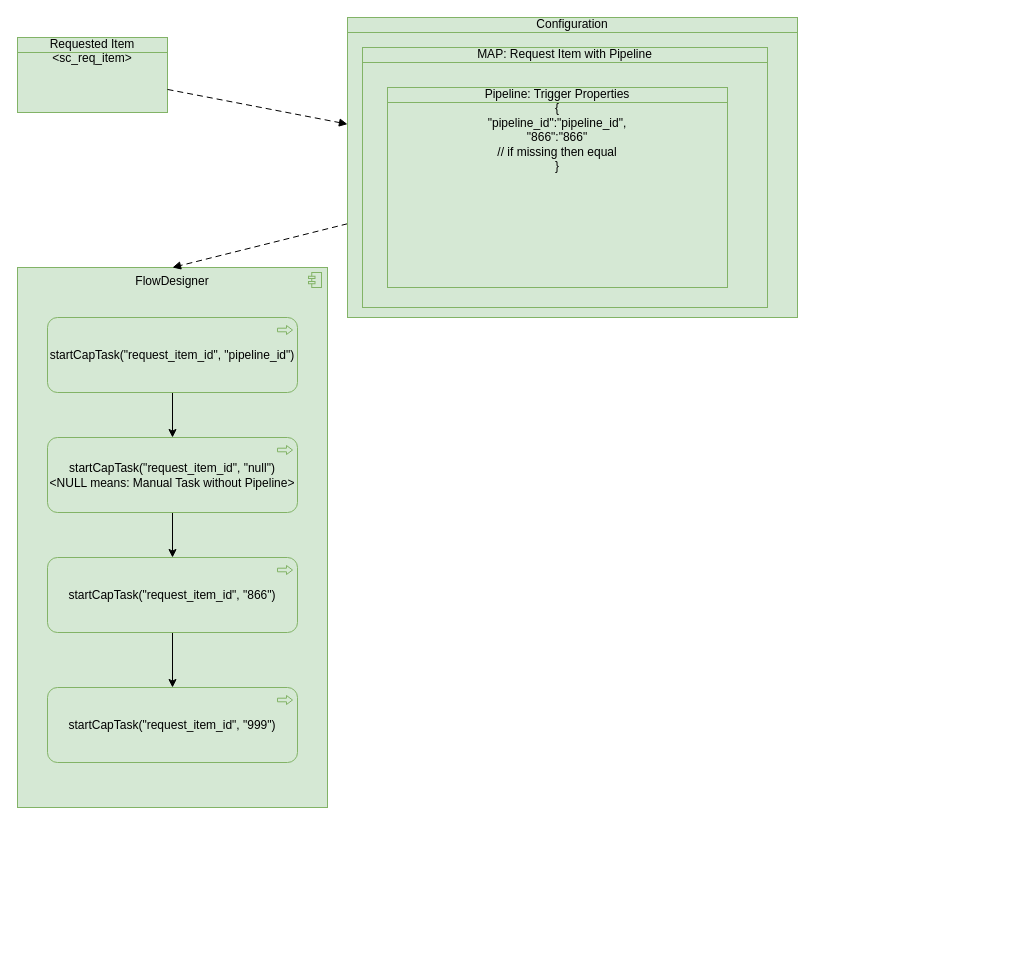
Before: aldiCap.drawio in algimas/tmp, a draw.io diagram. Source tidied: cells renumbered, new cells numbered last; positions are measured from the earlier drawing's top-left corner, leaving out a move shared by most shapes. Both pictures are drawn from the tidied source at 100%, with x=0, y=0 at pixel (17, 17).
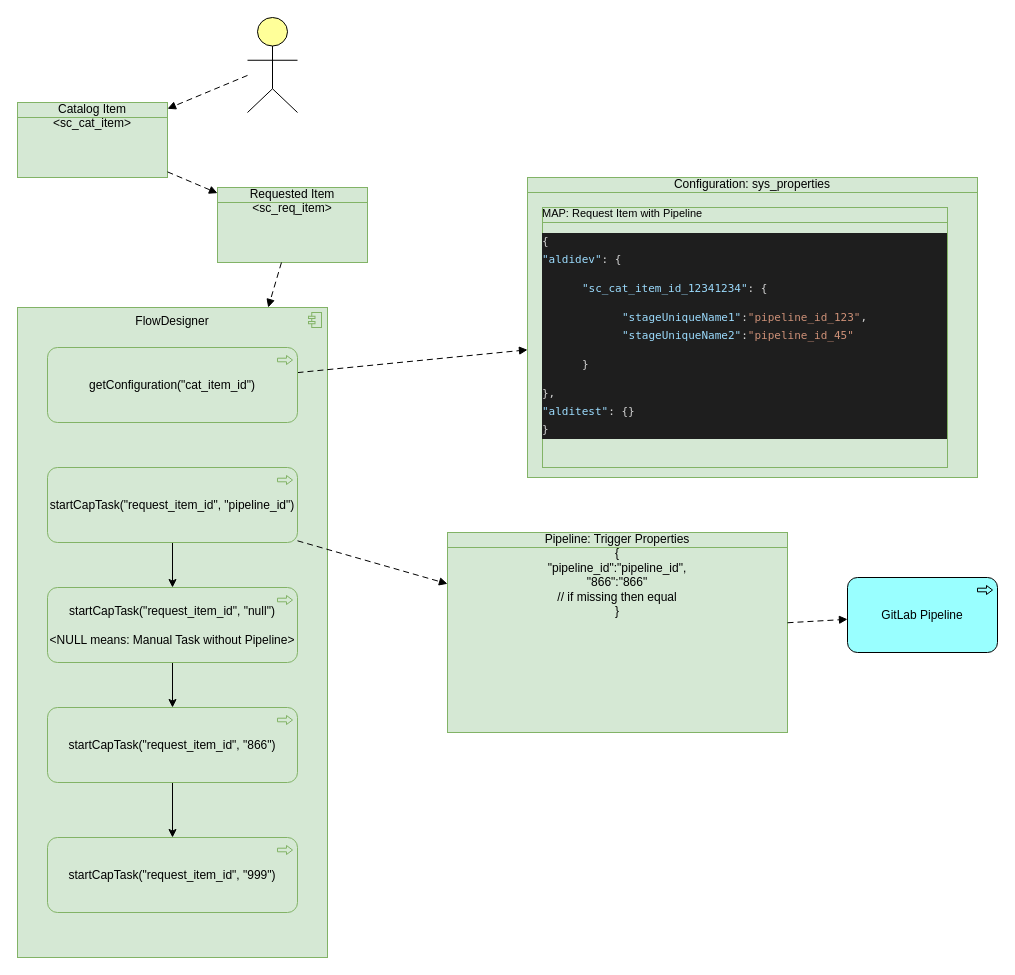
The same diagram, later.

Change to the diagram source:
```diff
@@
     <mxCell id="2" value="FlowDesigner" style="html=1;outlineConnect=0;whiteSpace=wrap;fillColor=#d5e8d4;shape=mxgraph.archimate3.application;appType=comp;archiType=square;verticalAlign=top;strokeColor=#82b366;" parent="1" vertex="1">
-      <mxGeometry y="250" width="310" height="540" as="geometry" />
+      <mxGeometry y="290" width="310" height="650" as="geometry" />
     </mxCell>
     <mxCell id="3" value="Requested Item &amp;lt;sc_req_item&amp;gt;" style="html=1;outlineConnect=0;whiteSpace=wrap;fillColor=#d5e8d4;shape=mxgraph.archimate3.businessObject;overflow=fill;strokeColor=#82b366;" parent="1" vertex="1">
-      <mxGeometry y="20" width="150" height="75" as="geometry" />
+      <mxGeometry x="200" y="170" width="150" height="75" as="geometry" />
     </mxCell>
-    <mxCell id="4" style="html=1;endArrow=block;dashed=1;elbow=vertical;endFill=1;dashPattern=6 4;rounded=0;" parent="1" edge="1" source="3" target="6">
+    <mxCell id="4" style="html=1;endArrow=block;dashed=1;elbow=vertical;endFill=1;dashPattern=6 4;rounded=0;" parent="1" edge="1" source="3" target="2">
       <mxGeometry relative="1" as="geometry" />
     </mxCell>
-    <mxCell id="5" style="html=1;endArrow=block;dashed=1;elbow=vertical;endFill=1;dashPattern=6 4;rounded=0;entryX=0.5;entryY=0;entryDx=0;entryDy=0;entryPerimeter=0;" parent="1" edge="1" source="6" target="2">
+    <mxCell id="5" style="html=1;endArrow=block;dashed=1;elbow=vertical;endFill=1;dashPattern=6 4;rounded=0;" parent="1" edge="1" source="20" target="6">
       <mxGeometry relative="1" as="geometry" />
     </mxCell>
-    <mxCell id="6" value="Configuration" style="html=1;outlineConnect=0;whiteSpace=wrap;fillColor=#d5e8d4;shape=mxgraph.archimate3.businessObject;overflow=fill;strokeColor=#82b366;" parent="1" vertex="1">
-      <mxGeometry x="330" width="450" height="300" as="geometry" />
+    <mxCell id="6" value="Configuration: sys_properties" style="html=1;outlineConnect=0;whiteSpace=wrap;fillColor=#d5e8d4;shape=mxgraph.archimate3.businessObject;overflow=fill;strokeColor=#82b366;" parent="1" vertex="1">
+      <mxGeometry x="510" y="160" width="450" height="300" as="geometry" />
     </mxCell>
-    <mxCell id="7" value="&lt;div&gt;MAP: Request Item with Pipeline&lt;br&gt;&lt;/div&gt;" style="html=1;whiteSpace=wrap;fillColor=#d5e8d4;shape=mxgraph.archimate3.businessObject;overflow=fill;strokeColor=#82b366;" parent="1" vertex="1">
-      <mxGeometry x="345" y="30" width="405" height="260" as="geometry" />
+    <mxCell id="7" value="&lt;div style=&quot;font-size: 11px&quot;&gt;&lt;font style=&quot;font-size: 11px&quot;&gt;MAP: Request Item with Pipeline&lt;br&gt;&lt;/font&gt;&lt;/div&gt;&lt;div style=&quot;font-size: 11px&quot;&gt;&lt;font style=&quot;font-size: 11px&quot;&gt;&lt;br&gt;&lt;/font&gt;&lt;/div&gt;&lt;div style=&quot;color: rgb(212 , 212 , 212) ; background-color: rgb(30 , 30 , 30) ; font-family: &amp;#34;menlo&amp;#34; , &amp;#34;monaco&amp;#34; , &amp;#34;courier new&amp;#34; , monospace ; font-weight: normal ; font-size: 11px ; line-height: 18px&quot;&gt;&lt;div&gt;&lt;font style=&quot;font-size: 11px&quot;&gt;&lt;span style=&quot;color: #d4d4d4&quot;&gt;{&lt;/span&gt;&lt;/font&gt;&lt;/div&gt;&lt;div&gt;&lt;font style=&quot;font-size: 11px&quot;&gt;&lt;span style=&quot;color: #d4d4d4&quot;&gt;    &lt;/span&gt;&lt;span style=&quot;color: #9cdcfe&quot;&gt;&quot;aldidev&quot;&lt;/span&gt;&lt;span style=&quot;color: #d4d4d4&quot;&gt;: {&lt;/span&gt;&lt;/font&gt;&lt;/div&gt;&lt;blockquote&gt;&lt;div&gt;&lt;font style=&quot;font-size: 11px&quot;&gt;&lt;span style=&quot;color: #d4d4d4&quot;&gt;        &lt;/span&gt;&lt;span style=&quot;color: #9cdcfe&quot;&gt;&quot;sc_cat_item_id_12341234&quot;&lt;/span&gt;&lt;span style=&quot;color: #d4d4d4&quot;&gt;: {&lt;/span&gt;&lt;/font&gt;&lt;/div&gt;&lt;blockquote&gt;&lt;div&gt;&lt;font style=&quot;font-size: 11px&quot;&gt;&lt;span style=&quot;color: #d4d4d4&quot;&gt;            &lt;/span&gt;&lt;span style=&quot;color: #9cdcfe&quot;&gt;&quot;stageUniqueName1&quot;&lt;/span&gt;&lt;span style=&quot;color: #d4d4d4&quot;&gt;:&lt;/span&gt;&lt;span style=&quot;color: #ce9178&quot;&gt;&quot;pipeline_id_123&quot;&lt;/span&gt;&lt;span style=&quot;color: #d4d4d4&quot;&gt;,&lt;/span&gt;&lt;/font&gt;&lt;/div&gt;&lt;div&gt;&lt;font style=&quot;font-size: 11px&quot;&gt;&lt;span style=&quot;color: #d4d4d4&quot;&gt;            &lt;/span&gt;&lt;span style=&quot;color: #9cdcfe&quot;&gt;&quot;stageUniqueName2&quot;&lt;/span&gt;&lt;span style=&quot;color: #d4d4d4&quot;&gt;:&lt;/span&gt;&lt;span style=&quot;color: #ce9178&quot;&gt;&quot;pipeline_id_45&quot;&lt;/span&gt;&lt;/font&gt;&lt;/div&gt;&lt;/blockquote&gt;&lt;div&gt;&lt;font style=&quot;font-size: 11px&quot;&gt;&lt;span style=&quot;color: #d4d4d4&quot;&gt;        }&lt;/span&gt;&lt;/font&gt;&lt;/div&gt;&lt;/blockquote&gt;&lt;div&gt;&lt;font style=&quot;font-size: 11px&quot;&gt;&lt;span style=&quot;color: #d4d4d4&quot;&gt;    },&lt;/span&gt;&lt;/font&gt;&lt;/div&gt;&lt;div&gt;&lt;font style=&quot;font-size: 11px&quot;&gt;&lt;span style=&quot;color: #d4d4d4&quot;&gt;    &lt;/span&gt;&lt;span style=&quot;color: #9cdcfe&quot;&gt;&quot;alditest&quot;&lt;/span&gt;&lt;span style=&quot;color: #d4d4d4&quot;&gt;: {}&lt;/span&gt;&lt;/font&gt;&lt;/div&gt;&lt;div&gt;&lt;font style=&quot;font-size: 11px&quot;&gt;&lt;span style=&quot;color: #d4d4d4&quot;&gt;}&lt;/span&gt;&lt;/font&gt;&lt;/div&gt;&lt;/div&gt;" style="html=1;fillColor=#d5e8d4;shape=mxgraph.archimate3.businessObject;overflow=fill;strokeColor=#82b366;whiteSpace=wrap;align=left;" parent="1" vertex="1">
+      <mxGeometry x="525" y="190" width="405" height="260" as="geometry" />
     </mxCell>
     <mxCell id="8" value="&lt;div&gt;Pipeline: Trigger Properties &lt;br&gt;&lt;/div&gt;&lt;div&gt;{ &lt;br&gt;&lt;/div&gt;&lt;div&gt;&quot;pipeline_id&quot;:&quot;pipeline_id&quot;,&lt;br&gt;&lt;/div&gt;&lt;div&gt;&quot;866&quot;:&quot;866&quot;&lt;/div&gt;&lt;div&gt;// if missing then equal&lt;br&gt;&lt;/div&gt;&lt;div&gt;}&lt;br&gt;&lt;/div&gt;" style="html=1;outlineConnect=0;whiteSpace=wrap;fillColor=#d5e8d4;shape=mxgraph.archimate3.businessObject;overflow=fill;strokeColor=#82b366;" parent="1" vertex="1">
-      <mxGeometry x="370" y="70" width="340" height="200" as="geometry" />
+      <mxGeometry x="430" y="515" width="340" height="200" as="geometry" />
     </mxCell>
@@
     <mxCell id="10" value="startCapTask(&quot;request_item_id&quot;, &quot;pipeline_id&quot;)" style="html=1;outlineConnect=0;whiteSpace=wrap;fillColor=#d5e8d4;shape=mxgraph.archimate3.application;appType=proc;archiType=rounded;strokeColor=#82b366;" parent="1" vertex="1">
-      <mxGeometry x="30" y="300" width="250" height="75" as="geometry" />
+      <mxGeometry x="30" y="450" width="250" height="75" as="geometry" />
     </mxCell>
@@
-    <mxCell id="12" value="&lt;div&gt;startCapTask(&quot;request_item_id&quot;, &quot;null&quot;)&lt;/div&gt;&lt;div&gt;&amp;lt;NULL means: Manual Task without Pipeline&amp;gt;&lt;br&gt;&lt;/div&gt;" style="html=1;outlineConnect=0;whiteSpace=wrap;fillColor=#d5e8d4;shape=mxgraph.archimate3.application;appType=proc;archiType=rounded;strokeColor=#82b366;" parent="1" vertex="1">
-      <mxGeometry x="30" y="420" width="250" height="75" as="geometry" />
+    <mxCell id="12" value="&lt;div&gt;startCapTask(&quot;request_item_id&quot;, &quot;null&quot;)&lt;/div&gt;&lt;div&gt;&lt;br&gt;&lt;/div&gt;&lt;div&gt;&amp;lt;NULL means: Manual Task without Pipeline&amp;gt;&lt;br&gt;&lt;/div&gt;" style="html=1;outlineConnect=0;whiteSpace=wrap;fillColor=#d5e8d4;shape=mxgraph.archimate3.application;appType=proc;archiType=rounded;strokeColor=#82b366;" parent="1" vertex="1">
+      <mxGeometry x="30" y="570" width="250" height="75" as="geometry" />
     </mxCell>
@@
     <mxCell id="14" value="startCapTask(&quot;request_item_id&quot;, &quot;866&quot;)" style="html=1;outlineConnect=0;whiteSpace=wrap;fillColor=#d5e8d4;shape=mxgraph.archimate3.application;appType=proc;archiType=rounded;strokeColor=#82b366;" parent="1" vertex="1">
-      <mxGeometry x="30" y="540" width="250" height="75" as="geometry" />
+      <mxGeometry x="30" y="690" width="250" height="75" as="geometry" />
     </mxCell>
     <mxCell id="15" value="startCapTask(&quot;request_item_id&quot;, &quot;999&quot;)" style="html=1;outlineConnect=0;whiteSpace=wrap;fillColor=#d5e8d4;shape=mxgraph.archimate3.application;appType=proc;archiType=rounded;strokeColor=#82b366;" parent="1" vertex="1">
-      <mxGeometry x="30" y="670" width="250" height="75" as="geometry" />
+      <mxGeometry x="30" y="820" width="250" height="75" as="geometry" />
     </mxCell>
+    <mxCell id="16" value="&lt;div&gt;Catalog Item &lt;br&gt;&lt;/div&gt;&lt;div&gt;&amp;lt;sc_cat_item&amp;gt;&lt;/div&gt;" style="html=1;outlineConnect=0;whiteSpace=wrap;fillColor=#d5e8d4;shape=mxgraph.archimate3.businessObject;overflow=fill;strokeColor=#82b366;" parent="1" vertex="1">
+      <mxGeometry y="85" width="150" height="75" as="geometry" />
+    </mxCell>
+    <mxCell id="17" style="html=1;outlineConnect=0;whiteSpace=wrap;fillColor=#ffff99;verticalLabelPosition=bottom;verticalAlign=top;align=center;shape=mxgraph.archimate3.actor;" parent="1" vertex="1">
+      <mxGeometry x="230" width="50" height="95" as="geometry" />
+    </mxCell>
+    <mxCell id="18" style="html=1;endArrow=block;dashed=1;elbow=vertical;endFill=1;dashPattern=6 4;rounded=0;" parent="1" edge="1" source="17" target="16">
+      <mxGeometry relative="1" as="geometry" />
+    </mxCell>
+    <mxCell id="19" style="html=1;endArrow=block;dashed=1;elbow=vertical;endFill=1;dashPattern=6 4;rounded=0;" parent="1" edge="1" source="16" target="3">
+      <mxGeometry relative="1" as="geometry" />
+    </mxCell>
+    <mxCell id="20" value="getConfiguration(&quot;cat_item_id&quot;)" style="html=1;outlineConnect=0;whiteSpace=wrap;fillColor=#d5e8d4;shape=mxgraph.archimate3.application;appType=proc;archiType=rounded;strokeColor=#82b366;" parent="1" vertex="1">
+      <mxGeometry x="30" y="330" width="250" height="75" as="geometry" />
+    </mxCell>
+    <mxCell id="21" value="GitLab Pipeline" style="html=1;outlineConnect=0;whiteSpace=wrap;fillColor=#99ffff;shape=mxgraph.archimate3.application;appType=proc;archiType=rounded;" parent="1" vertex="1">
+      <mxGeometry x="830" y="560" width="150" height="75" as="geometry" />
+    </mxCell>
+    <mxCell id="22" style="html=1;endArrow=block;dashed=1;elbow=vertical;endFill=1;dashPattern=6 4;rounded=0;" parent="1" edge="1" source="10" target="8">
+      <mxGeometry relative="1" as="geometry" />
+    </mxCell>
+    <mxCell id="23" style="html=1;endArrow=block;dashed=1;elbow=vertical;endFill=1;dashPattern=6 4;rounded=0;" parent="1" edge="1" source="8" target="21">
+      <mxGeometry relative="1" as="geometry" />
+    </mxCell>
```
